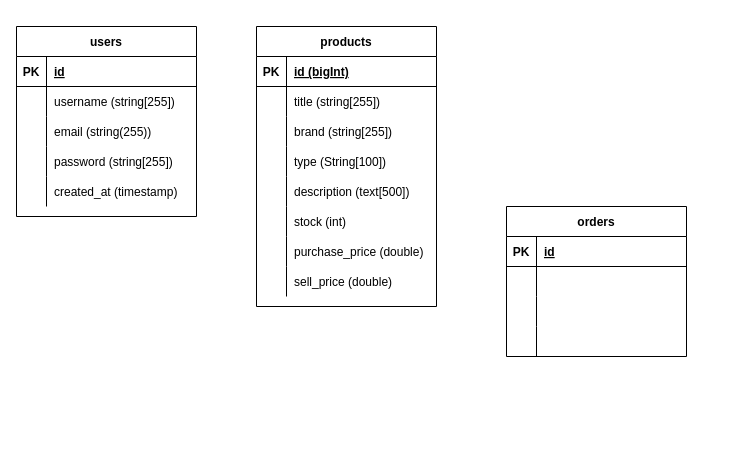
The draw.io diagram rifus-laptop-design-db.drawio in rifusid/Rifus-Laptop, before the edit. Source tidied: cells renumbered, new cells numbered last; positions are measured from the earlier drawing's top-left corner, leaving out a move shared by most shapes. Both pictures are drawn from the tidied source at 100%, with x=0, y=0 at pixel (16, 26).
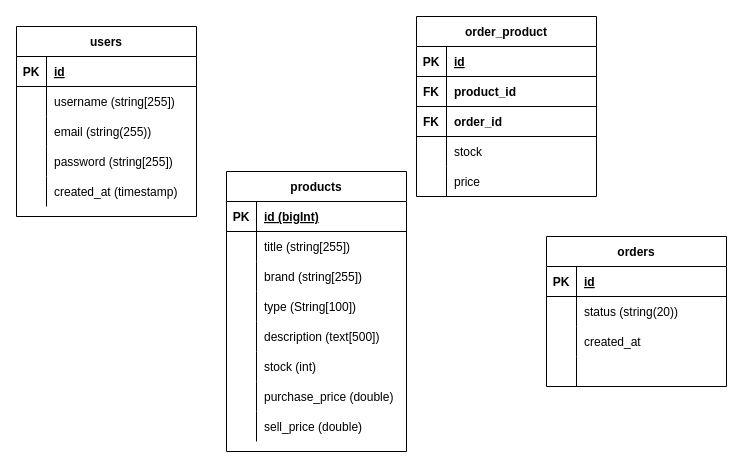
Above is the later version.

Unchanged cells that the change refers to:
```xml
<mxCell id="47" style="shape=tableRow;horizontal=0;startSize=0;swimlaneHead=0;swimlaneBody=0;fillColor=none;top=0;left=0;right=0;bottom=0;" parent="43" vertex="1">
  <mxGeometry y="60" width="180" height="30" as="geometry" />
</mxCell>
<mxCell id="50" style="shape=tableRow;horizontal=0;startSize=0;swimlaneHead=0;swimlaneBody=0;fillColor=none;top=0;left=0;right=0;bottom=0;" parent="43" vertex="1">
  <mxGeometry y="90" width="180" height="30" as="geometry" />
</mxCell>
```

Diff of the diagram source:
```diff
@@
     <mxCell id="18" value="products" style="shape=table;startSize=30;childLayout=tableLayout;rowLines=0;fontStyle=1;align=center;" parent="1" vertex="1">
-      <mxGeometry x="240" width="180" height="280" as="geometry" />
+      <mxGeometry x="210" y="145" width="180" height="280" as="geometry" />
     </mxCell>
@@
     <mxCell id="43" value="orders" style="shape=table;startSize=30;childLayout=tableLayout;rowLines=0;fontStyle=1;align=center;" parent="1" vertex="1">
-      <mxGeometry x="490" y="180" width="180" height="150" as="geometry" />
+      <mxGeometry x="530" y="210" width="180" height="150" as="geometry" />
     </mxCell>
@@
-    <mxCell id="49" style="shape=partialRectangle;fillColor=none;top=0;left=0;bottom=0;right=0;align=left;spacingLeft=6;overflow=hidden;" parent="47" vertex="1">
+    <mxCell id="49" value="status (string(20))" style="shape=partialRectangle;fillColor=none;top=0;left=0;bottom=0;right=0;align=left;spacingLeft=6;overflow=hidden;" parent="47" vertex="1">
       <mxGeometry x="30" width="150" height="30" as="geometry" />
     </mxCell>
@@
-    <mxCell id="52" style="shape=partialRectangle;fillColor=none;top=0;left=0;bottom=0;right=0;align=left;spacingLeft=6;overflow=hidden;" parent="50" vertex="1">
+    <mxCell id="52" value="created_at" style="shape=partialRectangle;fillColor=none;top=0;left=0;bottom=0;right=0;align=left;spacingLeft=6;overflow=hidden;" parent="50" vertex="1">
       <mxGeometry x="30" width="150" height="30" as="geometry" />
     </mxCell>
@@
+    <mxCell id="56" value="order_product" style="shape=table;startSize=30;childLayout=tableLayout;rowLines=0;fontStyle=1;align=center;" parent="1" vertex="1">
+      <mxGeometry x="400" y="-10" width="180" height="180" as="geometry" />
+    </mxCell>
+    <mxCell id="57" style="shape=tableRow;horizontal=0;startSize=0;swimlaneHead=0;swimlaneBody=0;fillColor=none;top=0;left=0;right=0;bottom=1;" parent="56" vertex="1">
+      <mxGeometry y="30" width="180" height="30" as="geometry" />
+    </mxCell>
+    <mxCell id="58" value="PK" style="shape=partialRectangle;fillColor=none;top=0;left=0;bottom=0;right=0;fontStyle=1;overflow=hidden;" parent="57" vertex="1">
+      <mxGeometry width="30" height="30" as="geometry" />
+    </mxCell>
+    <mxCell id="59" value="id" style="shape=partialRectangle;fillColor=none;top=0;left=0;bottom=0;right=0;align=left;spacingLeft=6;fontStyle=5;overflow=hidden;" parent="57" vertex="1">
+      <mxGeometry x="30" width="150" height="30" as="geometry" />
+    </mxCell>
+    <mxCell id="60" style="shape=tableRow;horizontal=0;startSize=0;swimlaneHead=0;swimlaneBody=0;fillColor=none;top=0;left=0;right=0;bottom=0;" parent="56" vertex="1">
+      <mxGeometry y="60" width="180" height="30" as="geometry" />
+    </mxCell>
+    <mxCell id="61" value="FK" style="shape=partialRectangle;fillColor=none;top=0;left=0;bottom=1;right=0;overflow=hidden;fontStyle=1;" parent="60" vertex="1">
+      <mxGeometry width="30" height="30" as="geometry" />
+    </mxCell>
+    <mxCell id="62" value="product_id" style="shape=partialRectangle;fillColor=none;top=0;left=0;bottom=1;right=0;align=left;spacingLeft=6;overflow=hidden;fontStyle=1;" parent="60" vertex="1">
+      <mxGeometry x="30" width="150" height="30" as="geometry" />
+    </mxCell>
+    <mxCell id="63" style="shape=tableRow;horizontal=0;startSize=0;swimlaneHead=0;swimlaneBody=0;fillColor=none;top=0;left=0;right=0;bottom=0;" parent="56" vertex="1">
+      <mxGeometry y="90" width="180" height="30" as="geometry" />
+    </mxCell>
+    <mxCell id="64" value="FK" style="shape=partialRectangle;fillColor=none;top=0;left=0;bottom=1;right=0;overflow=hidden;fontStyle=1;" parent="63" vertex="1">
+      <mxGeometry width="30" height="30" as="geometry" />
+    </mxCell>
+    <mxCell id="65" value="order_id" style="shape=partialRectangle;fillColor=none;top=0;left=0;bottom=1;right=0;align=left;spacingLeft=6;overflow=hidden;fontStyle=1;" parent="63" vertex="1">
+      <mxGeometry x="30" width="150" height="30" as="geometry" />
+    </mxCell>
+    <mxCell id="66" style="shape=tableRow;horizontal=0;startSize=0;swimlaneHead=0;swimlaneBody=0;fillColor=none;top=0;left=0;right=0;bottom=0;" parent="56" vertex="1">
+      <mxGeometry y="120" width="180" height="30" as="geometry" />
+    </mxCell>
+    <mxCell id="67" style="shape=partialRectangle;fillColor=none;top=0;left=0;bottom=0;right=0;overflow=hidden;" parent="66" vertex="1">
+      <mxGeometry width="30" height="30" as="geometry" />
+    </mxCell>
+    <mxCell id="68" value="stock" style="shape=partialRectangle;fillColor=none;top=0;left=0;bottom=0;right=0;align=left;spacingLeft=6;overflow=hidden;" parent="66" vertex="1">
+      <mxGeometry x="30" width="150" height="30" as="geometry" />
+    </mxCell>
+    <mxCell id="69" style="shape=tableRow;horizontal=0;startSize=0;swimlaneHead=0;swimlaneBody=0;fillColor=none;top=0;left=0;right=0;bottom=0;" parent="56" vertex="1">
+      <mxGeometry y="150" width="180" height="30" as="geometry" />
+    </mxCell>
+    <mxCell id="70" style="shape=partialRectangle;fillColor=none;top=0;left=0;bottom=0;right=0;overflow=hidden;" parent="69" vertex="1">
+      <mxGeometry width="30" height="30" as="geometry" />
+    </mxCell>
+    <mxCell id="71" value="price" style="shape=partialRectangle;fillColor=none;top=0;left=0;bottom=0;right=0;align=left;spacingLeft=6;overflow=hidden;" parent="69" vertex="1">
+      <mxGeometry x="30" width="150" height="30" as="geometry" />
+    </mxCell>
```
